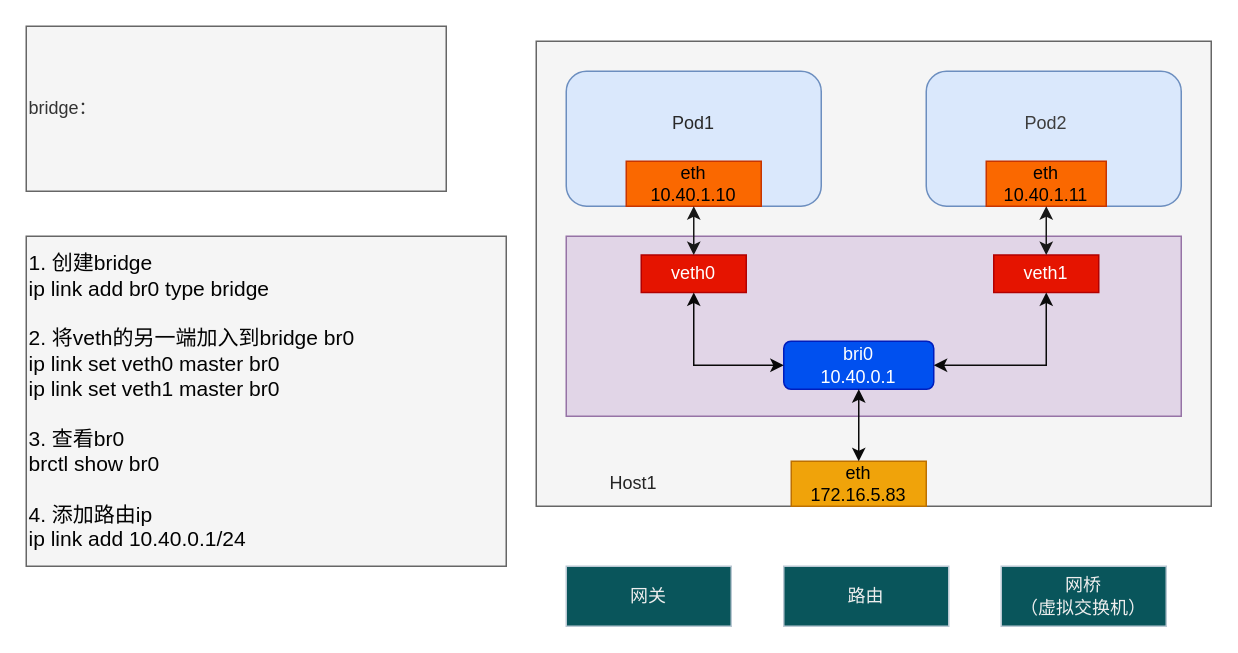
The draw.io diagram page "pod-on-same-node" (2 of 12) of flows/流程图.drawio in godzilla-s/lightly-cni, before the edit. Source tidied: cells renumbered, new cells numbered last; positions are measured from the earlier drawing's top-left corner, leaving out a move shared by most shapes. Both pictures are drawn from the tidied source at 150%, with x=0, y=0 at pixel (26, 26).
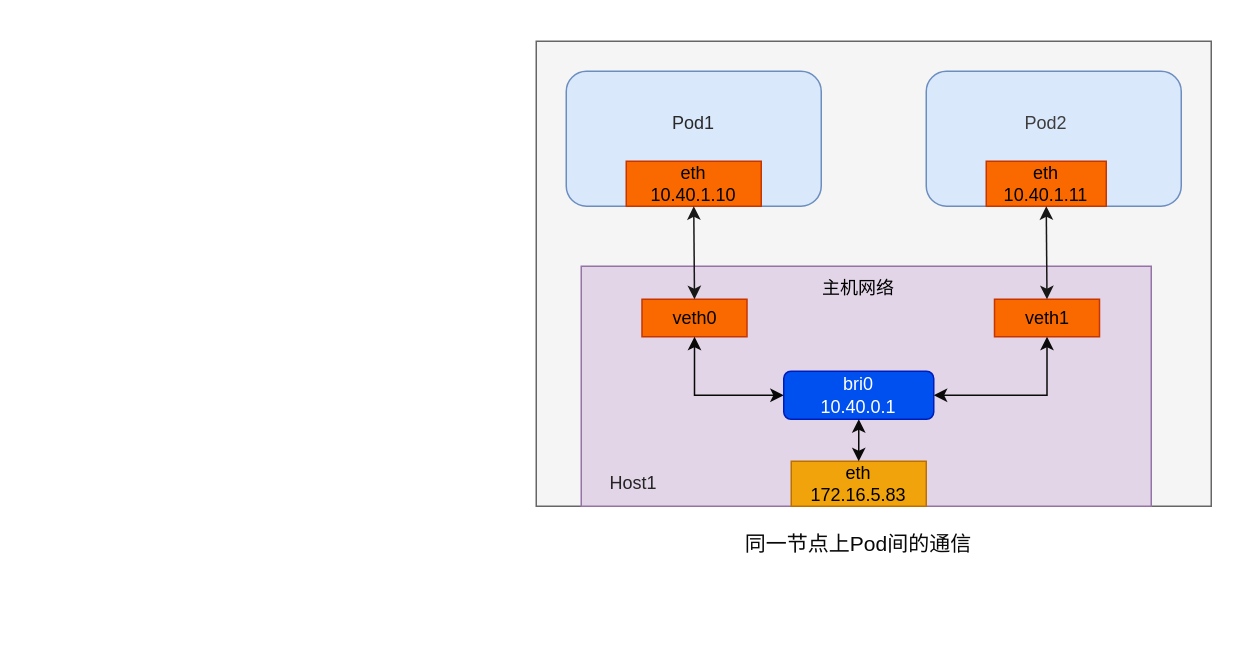
After the change.

What changed in the source:
```diff
@@
-<mxGraphModel>
+<mxGraphModel background="#ffffff">
@@
     <mxCell id="5" style="rounded=0;whiteSpace=wrap;html=1;fillColor=#e1d5e7;strokeColor=#9673a6;" parent="1" vertex="1">
-      <mxGeometry x="360" y="140" width="410" height="120" as="geometry" />
+      <mxGeometry x="370" y="160" width="380" height="160" as="geometry" />
     </mxCell>
-    <mxCell id="6" value="veth0" style="rounded=0;whiteSpace=wrap;html=1;fillColor=#e51400;strokeColor=#B20000;fontColor=#ffffff;" parent="1" vertex="1">
-      <mxGeometry x="410" y="152.5" width="70" height="25" as="geometry" />
+    <mxCell id="6" value="veth0" style="rounded=0;whiteSpace=wrap;html=1;fillColor=#fa6800;strokeColor=#C73500;fontColor=#000000;" parent="1" vertex="1">
+      <mxGeometry x="410.5" y="182" width="70" height="25" as="geometry" />
     </mxCell>
-    <mxCell id="7" value="veth1" style="rounded=0;whiteSpace=wrap;html=1;fillColor=#e51400;strokeColor=#B20000;fontColor=#ffffff;" parent="1" vertex="1">
-      <mxGeometry x="645" y="152.5" width="70" height="25" as="geometry" />
+    <mxCell id="7" value="veth1" style="rounded=0;whiteSpace=wrap;html=1;fillColor=#fa6800;strokeColor=#C73500;fontColor=#000000;" parent="1" vertex="1">
+      <mxGeometry x="645.5" y="182" width="70" height="25" as="geometry" />
     </mxCell>
@@
     <mxCell id="10" value="bri0&lt;div&gt;10.40.0.1&lt;/div&gt;" style="rounded=1;whiteSpace=wrap;html=1;fillColor=#0050ef;strokeColor=#001DBC;fontColor=#ffffff;" parent="1" vertex="1">
-      <mxGeometry x="505" y="210" width="100" height="32" as="geometry" />
+      <mxGeometry x="505" y="230" width="100" height="32" as="geometry" />
     </mxCell>
@@
-    <mxCell id="20" value="bridge：" style="rounded=0;whiteSpace=wrap;html=1;strokeColor=#666666;fontColor=#333333;fillColor=#f5f5f5;align=left;" parent="1" vertex="1">
-      <mxGeometry width="280" height="110" as="geometry" />
-    </mxCell>
-    <mxCell id="21" value="1. 创建bridge&lt;div&gt;&lt;span style=&quot;background-color: transparent;&quot;&gt;ip link add br0 type bridge&amp;nbsp;&lt;/span&gt;&lt;/div&gt;&lt;div&gt;&lt;br&gt;&lt;/div&gt;&lt;div&gt;2. 将veth的另一端加入到bridge br0&lt;/div&gt;&lt;div&gt;ip link set veth0 master br0&lt;/div&gt;&lt;div&gt;ip link set veth1 master br0&lt;/div&gt;&lt;div&gt;&lt;br&gt;&lt;/div&gt;&lt;div&gt;3. 查看br0&lt;/div&gt;&lt;div&gt;brctl show br0&lt;/div&gt;&lt;div&gt;&lt;br&gt;&lt;/div&gt;&lt;div&gt;4. 添加路由ip&lt;/div&gt;&lt;div&gt;ip link add 10.40.0.1/24&lt;/div&gt;" style="rounded=0;whiteSpace=wrap;html=1;strokeColor=#666666;fontColor=#030303;fillColor=#f5f5f5;align=left;fontSize=14;" parent="1" vertex="1">
-      <mxGeometry y="140" width="320" height="220" as="geometry" />
-    </mxCell>
-    <mxCell id="22" value="网关" style="rounded=0;whiteSpace=wrap;html=1;strokeColor=#BAC8D3;fontColor=#EEEEEE;fillColor=#09555B;" parent="1" vertex="1">
-      <mxGeometry x="360" y="360" width="110" height="40" as="geometry" />
-    </mxCell>
-    <mxCell id="23" value="路由" style="rounded=0;whiteSpace=wrap;html=1;strokeColor=#BAC8D3;fontColor=#EEEEEE;fillColor=#09555B;" parent="1" vertex="1">
-      <mxGeometry x="505" y="360" width="110" height="40" as="geometry" />
-    </mxCell>
-    <mxCell id="24" value="网桥&lt;div&gt;（虚拟交换机）&lt;/div&gt;" style="rounded=0;whiteSpace=wrap;html=1;strokeColor=#BAC8D3;fontColor=#EEEEEE;fillColor=#09555B;" parent="1" vertex="1">
-      <mxGeometry x="650" y="360" width="110" height="40" as="geometry" />
-    </mxCell>
+    <mxCell id="25" value="同一节点上Pod间的通信" style="text;html=1;align=center;verticalAlign=middle;whiteSpace=wrap;rounded=0;fontColor=#080808;fontSize=14;" parent="1" vertex="1">
+      <mxGeometry x="475" y="330" width="160" height="30" as="geometry" />
+    </mxCell>
+    <mxCell id="26" value="主机网络" style="text;html=1;align=center;verticalAlign=middle;whiteSpace=wrap;rounded=0;fontColor=#000000;" parent="1" vertex="1">
+      <mxGeometry x="525" y="160" width="60" height="30" as="geometry" />
+    </mxCell>
```
